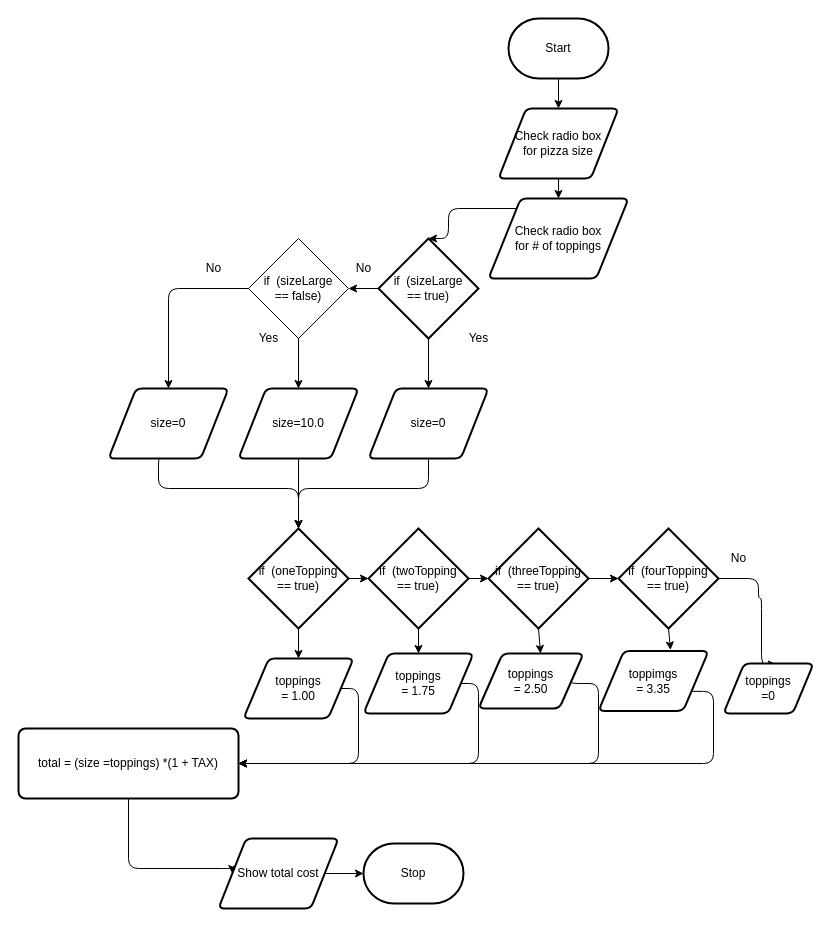
This is design/flow-chart.drawio from Emmanuel-Fofeyin/ICS20assignment4-html, a draw.io file, before an edit. Source tidied: cells renumbered, new cells numbered last; positions are measured from the earlier drawing's top-left corner, leaving out a move shared by most shapes. Both pictures are drawn from the tidied source at 100%, with x=0, y=0 at pixel (18, 18).
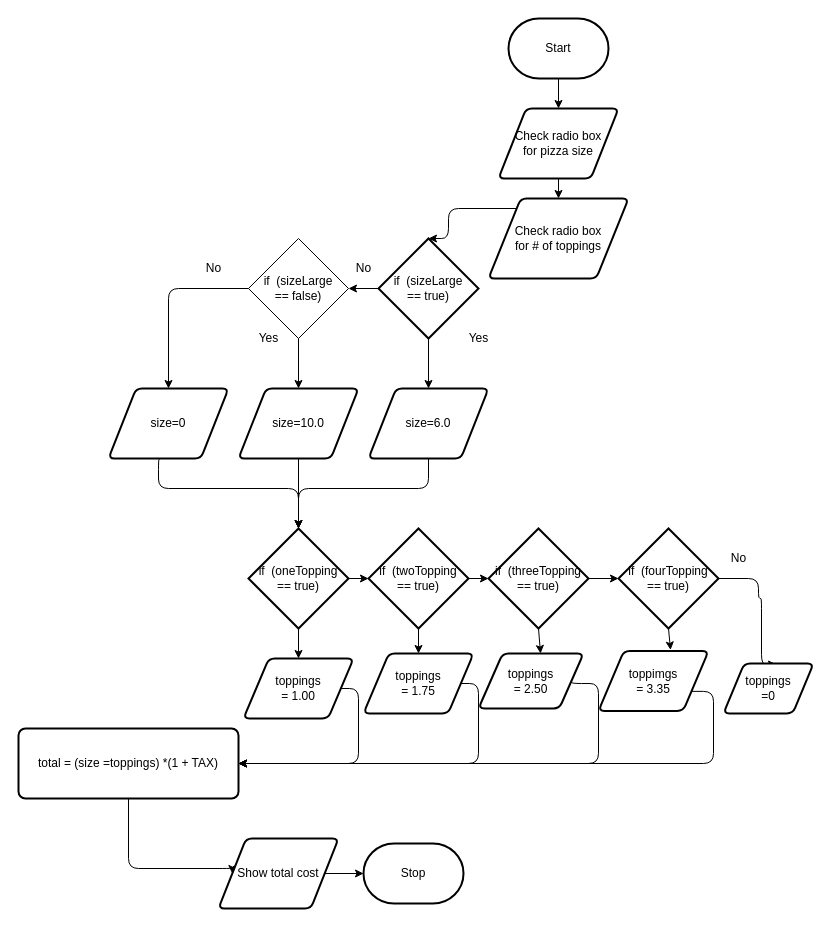
The same page after the edit.

The edit, as a diff of the source:
```diff
@@
-    <mxCell id="16" value="size=0" style="shape=parallelogram;html=1;strokeWidth=2;perimeter=parallelogramPerimeter;whiteSpace=wrap;rounded=1;arcSize=12;size=0.23;" parent="1" vertex="1">
+    <mxCell id="16" value="size=6.0" style="shape=parallelogram;html=1;strokeWidth=2;perimeter=parallelogramPerimeter;whiteSpace=wrap;rounded=1;arcSize=12;size=0.23;" parent="1" vertex="1">
       <mxGeometry x="350" y="370" width="120" height="70" as="geometry" />
     </mxCell>
```
